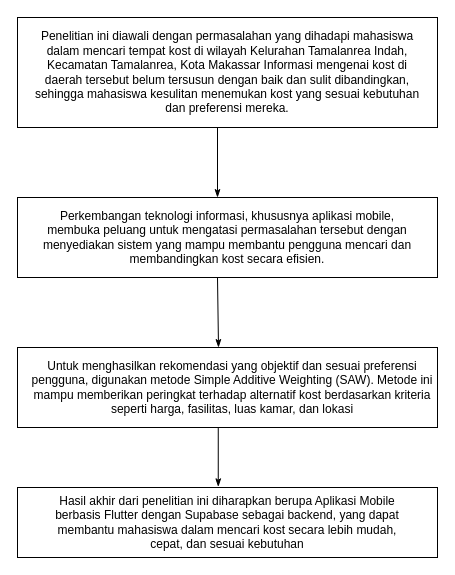
Above: Kerangka Pikir.drawio in HANNN-YOLO/skripsi (draw.io), before the change. Source tidied: cells renumbered, new cells numbered last; positions are measured from the earlier drawing's top-left corner, leaving out a move shared by most shapes. Both pictures are drawn from the tidied source at 100%, with x=0, y=0 at pixel (17, 17).
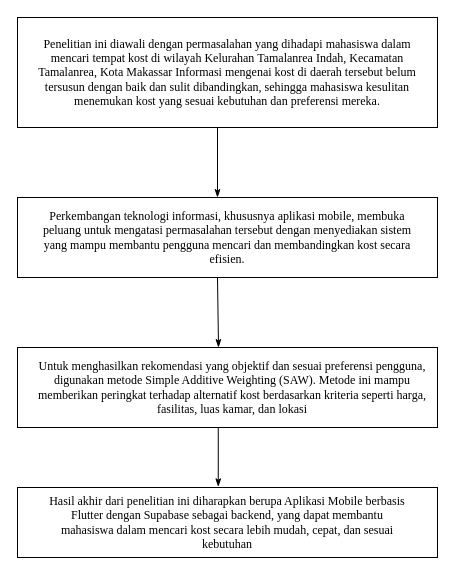
Above is the later version.

What changed in the source:
```diff
@@
 <mxGraphModel>
   <root>
     <mxCell id="0" />
     <mxCell id="1" parent="0" />
     <mxCell id="2" style="rounded=0;whiteSpace=wrap;html=1;" parent="1" vertex="1">
       <mxGeometry width="420" height="110" as="geometry" />
     </mxCell>
-    <mxCell id="3" value="Penelitian ini diawali dengan permasalahan yang dihadapi mahasiswa dalam mencari tempat kost di wilayah &lt;span style=&quot;&quot;&gt;Kelurahan Tamalanrea Indah, Kecamatan Tamalanrea, Kota Makassar&lt;/span&gt;&amp;nbsp;Informasi mengenai kost di daerah tersebut belum tersusun dengan baik dan sulit dibandingkan, sehingga mahasiswa kesulitan menemukan kost yang sesuai kebutuhan dan preferensi mereka." style="text;html=1;whiteSpace=wrap;strokeColor=none;fillColor=none;align=center;verticalAlign=middle;rounded=0;" parent="1" vertex="1">
+    <mxCell id="3" value="&lt;font face=&quot;Times New Roman&quot;&gt;Penelitian ini diawali dengan permasalahan yang dihadapi mahasiswa dalam mencari tempat kost di wilayah &lt;span style=&quot;&quot;&gt;Kelurahan Tamalanrea Indah, Kecamatan Tamalanrea, Kota Makassar&lt;/span&gt;&amp;nbsp;Informasi mengenai kost di daerah tersebut belum tersusun dengan baik dan sulit dibandingkan, sehingga mahasiswa kesulitan menemukan kost yang sesuai kebutuhan dan preferensi mereka.&lt;/font&gt;" style="text;html=1;whiteSpace=wrap;strokeColor=none;fillColor=none;align=center;verticalAlign=middle;rounded=0;" parent="1" vertex="1">
       <mxGeometry x="10" y="40" width="400" height="30" as="geometry" />
     </mxCell>
     <mxCell id="4" style="rounded=0;whiteSpace=wrap;html=1;" parent="1" vertex="1">
       <mxGeometry y="180" width="420" height="80" as="geometry" />
     </mxCell>
-    <mxCell id="5" value="Perkembangan teknologi informasi, khususnya &lt;span&gt;aplikasi mobile&lt;/span&gt;, membuka peluang untuk mengatasi permasalahan tersebut dengan menyediakan sistem yang mampu membantu pengguna mencari dan membandingkan kost secara efisien." style="text;html=1;whiteSpace=wrap;strokeColor=none;fillColor=none;align=center;verticalAlign=middle;rounded=0;" parent="1" vertex="1">
+    <mxCell id="5" value="&lt;font face=&quot;Times New Roman&quot;&gt;Perkembangan teknologi informasi, khususnya &lt;span&gt;aplikasi mobile&lt;/span&gt;, membuka peluang untuk mengatasi permasalahan tersebut dengan menyediakan sistem yang mampu membantu pengguna mencari dan membandingkan kost secara efisien.&lt;/font&gt;" style="text;html=1;whiteSpace=wrap;strokeColor=none;fillColor=none;align=center;verticalAlign=middle;rounded=0;" parent="1" vertex="1">
       <mxGeometry x="20" y="190" width="380" height="60" as="geometry" />
     </mxCell>
     <mxCell id="6" style="rounded=0;whiteSpace=wrap;html=1;" parent="1" vertex="1">
       <mxGeometry y="330" width="420" height="80" as="geometry" />
     </mxCell>
-    <mxCell id="7" value="Untuk menghasilkan rekomendasi yang objektif dan sesuai preferensi pengguna, digunakan &lt;span style=&quot;&quot;&gt;metode Simple Additive Weighting (SAW)&lt;/span&gt;. Metode ini mampu memberikan peringkat terhadap alternatif kost berdasarkan kriteria seperti &lt;span&gt;harga, fasilitas, luas kamar, dan lokasi&lt;/span&gt;" style="text;html=1;whiteSpace=wrap;strokeColor=none;fillColor=none;align=center;verticalAlign=middle;rounded=0;" parent="1" vertex="1">
+    <mxCell id="7" value="&lt;font face=&quot;Times New Roman&quot;&gt;Untuk menghasilkan rekomendasi yang objektif dan sesuai preferensi pengguna, digunakan &lt;span style=&quot;&quot;&gt;metode Simple Additive Weighting (SAW)&lt;/span&gt;. Metode ini mampu memberikan peringkat terhadap alternatif kost berdasarkan kriteria seperti &lt;span&gt;harga, fasilitas, luas kamar, dan lokasi&lt;/span&gt;&lt;/font&gt;" style="text;html=1;whiteSpace=wrap;strokeColor=none;fillColor=none;align=center;verticalAlign=middle;rounded=0;" parent="1" vertex="1">
       <mxGeometry x="10" y="335" width="410" height="70" as="geometry" />
     </mxCell>
     <mxCell id="8" style="rounded=0;whiteSpace=wrap;html=1;" parent="1" vertex="1">
       <mxGeometry y="470" width="420" height="70" as="geometry" />
     </mxCell>
-    <mxCell id="9" value="Hasil akhir dari penelitian ini diharapkan berupa A&lt;span style=&quot;&quot;&gt;plikasi Mobile&lt;/span&gt; berbasis &lt;span&gt;Flutter&lt;/span&gt; dengan &lt;span&gt;Supabase&lt;/span&gt; sebagai backend, yang dapat membantu mahasiswa dalam mencari kost secara lebih mudah, cepat, dan sesuai kebutuhan" style="text;html=1;whiteSpace=wrap;strokeColor=none;fillColor=none;align=center;verticalAlign=middle;rounded=0;" parent="1" vertex="1">
+    <mxCell id="9" value="&lt;font face=&quot;Times New Roman&quot;&gt;Hasil akhir dari penelitian ini diharapkan berupa A&lt;span style=&quot;&quot;&gt;plikasi Mobile&lt;/span&gt; berbasis &lt;span&gt;Flutter&lt;/span&gt; dengan &lt;span&gt;Supabase&lt;/span&gt; sebagai backend, yang dapat membantu mahasiswa dalam mencari kost secara lebih mudah, cepat, dan sesuai kebutuhan&lt;/font&gt;" style="text;html=1;whiteSpace=wrap;strokeColor=none;fillColor=none;align=center;verticalAlign=middle;rounded=0;" parent="1" vertex="1">
       <mxGeometry x="30" y="475" width="360" height="60" as="geometry" />
     </mxCell>
     <mxCell id="10" style="endArrow=none;html=1;rounded=0;startArrow=classicThin;startFill=1;" parent="1" edge="1">
       <mxGeometry relative="1" as="geometry">
         <mxPoint x="200" y="180" as="sourcePoint" />
         <mxPoint x="200" y="110" as="targetPoint" />
       </mxGeometry>
     </mxCell>
     <mxCell id="11" style="endArrow=none;html=1;rounded=0;entryX=0.478;entryY=1.007;entryDx=0;entryDy=0;entryPerimeter=0;exitX=0.478;exitY=-0.01;exitDx=0;exitDy=0;exitPerimeter=0;startArrow=classicThin;startFill=1;" parent="1" edge="1" source="8" target="6">
       <mxGeometry relative="1" as="geometry" />
     </mxCell>
     <mxCell id="12" style="endArrow=none;html=1;rounded=0;startArrow=classicThin;startFill=1;" parent="1" edge="1">
       <mxGeometry relative="1" as="geometry">
         <mxPoint x="201" y="330" as="sourcePoint" />
         <mxPoint x="200" y="260" as="targetPoint" />
       </mxGeometry>
     </mxCell>
   </root>
 </mxGraphModel>
```
